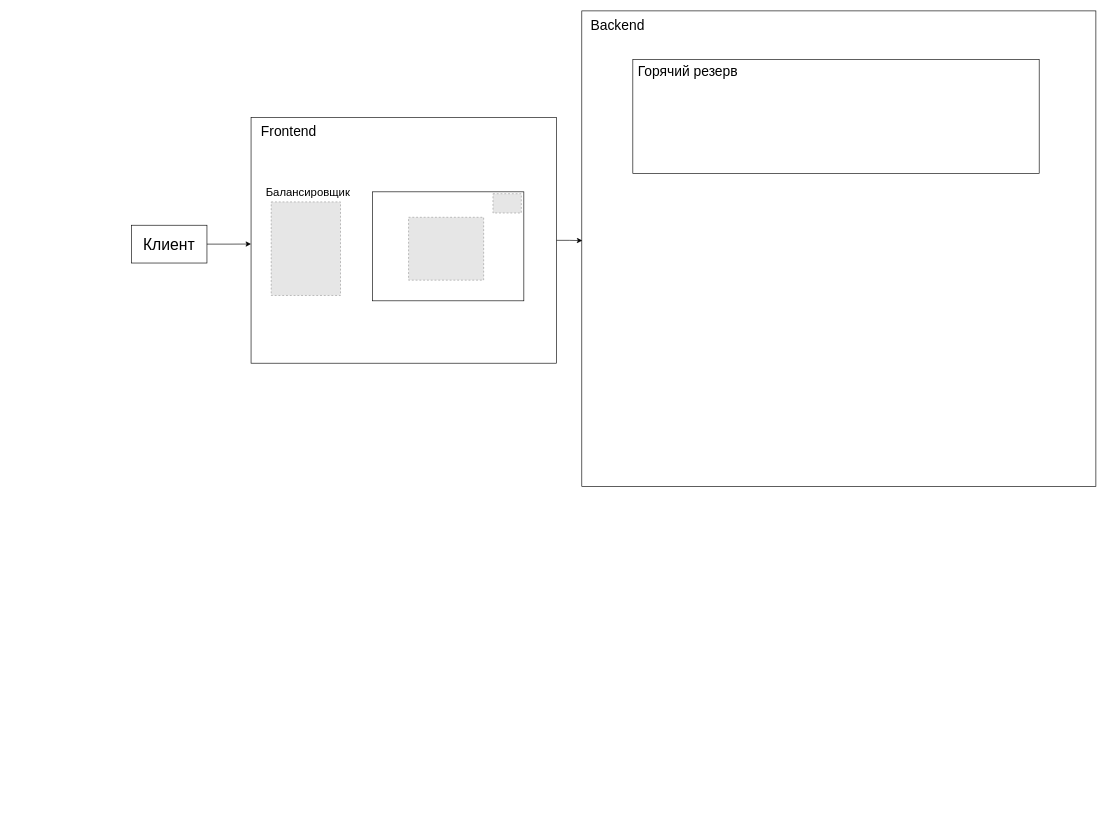
This is online-store.drawio from OlegWhiteRose/Architectures-for-highload, a draw.io file, before an edit. Source tidied: cells renumbered, new cells numbered last; positions are measured from the earlier drawing's top-left corner, leaving out a move shared by most shapes. Both pictures are drawn from the tidied source at 63%, with x=0, y=0 at pixel (131, 11). Pictures stored in the file or linked from it are replaced by grey dashed boxes.
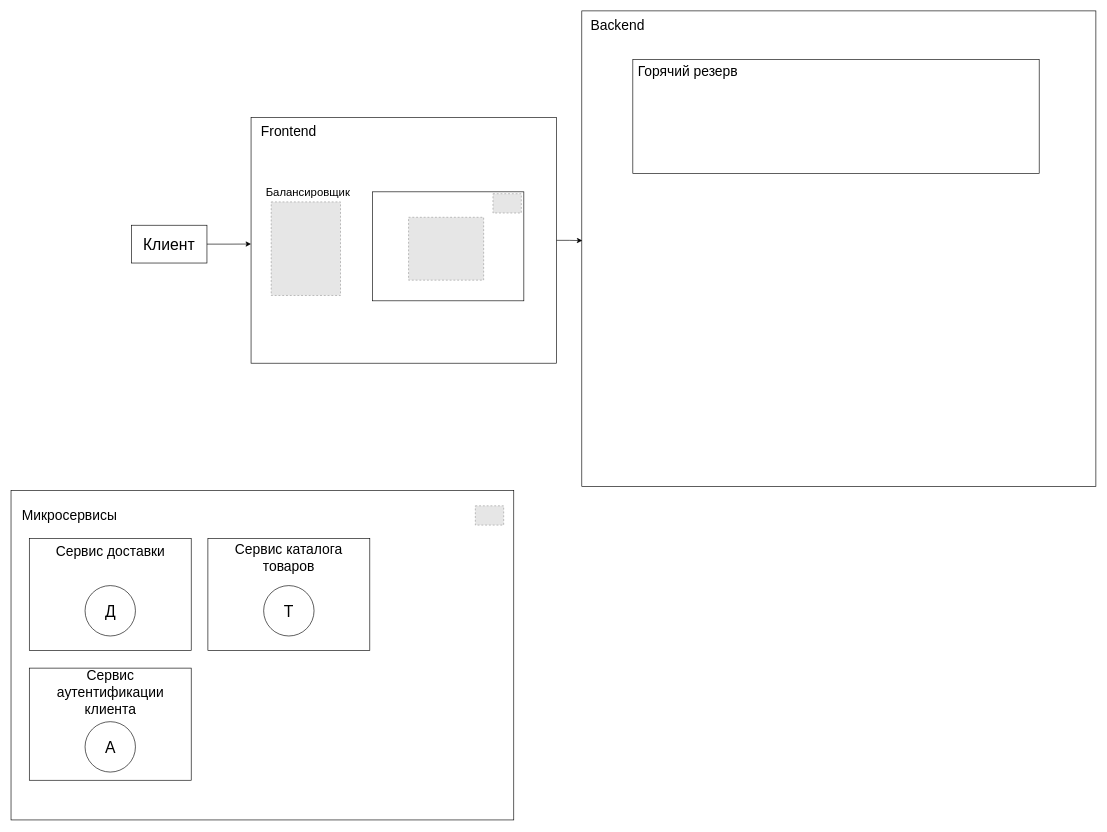
The same diagram, later.

Diff of the diagram source:
```diff
@@
+    <mxCell id="16" style="rounded=0;whiteSpace=wrap;html=1;" parent="1" vertex="1">
+      <mxGeometry x="-191" y="761" width="798" height="523" as="geometry" />
+    </mxCell>
+    <mxCell id="17" value="&lt;span style=&quot;font-size: 22px;&quot;&gt;Микросервисы&lt;/span&gt;" style="text;html=1;align=center;verticalAlign=middle;whiteSpace=wrap;rounded=0;" parent="1" vertex="1">
+      <mxGeometry x="-128" y="786" width="60" height="30" as="geometry" />
+    </mxCell>
+    <mxCell id="18" style="fillColor=#E6E6E6;strokeColor=#999999;dashed=1;verticalLabelPosition=bottom;labelBackgroundColor=default;verticalAlign=top;" parent="1" vertex="1">
+      <mxGeometry x="546" y="785.4" width="45" height="30.6" as="geometry" />
+    </mxCell>
+    <mxCell id="19" style="rounded=0;whiteSpace=wrap;html=1;" parent="1" vertex="1">
+      <mxGeometry x="-162" y="837" width="257" height="178" as="geometry" />
+    </mxCell>
+    <mxCell id="20" value="&lt;span style=&quot;font-size: 22px;&quot;&gt;Сервис доставки&lt;/span&gt;" style="text;html=1;align=center;verticalAlign=middle;whiteSpace=wrap;rounded=0;" parent="1" vertex="1">
+      <mxGeometry x="-145.5" y="843" width="224" height="30" as="geometry" />
+    </mxCell>
+    <mxCell id="21" value="&lt;span style=&quot;font-size: 25px;&quot;&gt;Д&lt;/span&gt;" style="ellipse;whiteSpace=wrap;html=1;" parent="1" vertex="1">
+      <mxGeometry x="-73.5" y="912" width="80" height="80" as="geometry" />
+    </mxCell>
+    <mxCell id="22" style="rounded=0;whiteSpace=wrap;html=1;" parent="1" vertex="1">
+      <mxGeometry x="121.5" y="837" width="257" height="178" as="geometry" />
+    </mxCell>
+    <mxCell id="23" value="&lt;span style=&quot;font-size: 22px;&quot;&gt;Сервис каталога товаров&lt;/span&gt;" style="text;html=1;align=center;verticalAlign=middle;whiteSpace=wrap;rounded=0;" parent="1" vertex="1">
+      <mxGeometry x="138" y="853" width="224" height="30" as="geometry" />
+    </mxCell>
+    <mxCell id="24" value="&lt;span style=&quot;font-size: 25px;&quot;&gt;Т&lt;/span&gt;" style="ellipse;whiteSpace=wrap;html=1;" parent="1" vertex="1">
+      <mxGeometry x="210" y="912" width="80" height="80" as="geometry" />
+    </mxCell>
+    <mxCell id="25" style="rounded=0;whiteSpace=wrap;html=1;" parent="1" vertex="1">
+      <mxGeometry x="-162" y="1043" width="257" height="178" as="geometry" />
+    </mxCell>
+    <mxCell id="26" value="&lt;span style=&quot;font-size: 22px;&quot;&gt;Сервис аутентификации клиента&lt;/span&gt;" style="text;html=1;align=center;verticalAlign=middle;whiteSpace=wrap;rounded=0;" parent="1" vertex="1">
+      <mxGeometry x="-145.5" y="1067" width="224" height="30" as="geometry" />
+    </mxCell>
+    <mxCell id="27" value="&lt;span style=&quot;font-size: 25px;&quot;&gt;А&lt;/span&gt;" style="ellipse;whiteSpace=wrap;html=1;" parent="1" vertex="1">
+      <mxGeometry x="-73.5" y="1128" width="80" height="80" as="geometry" />
+    </mxCell>
```
